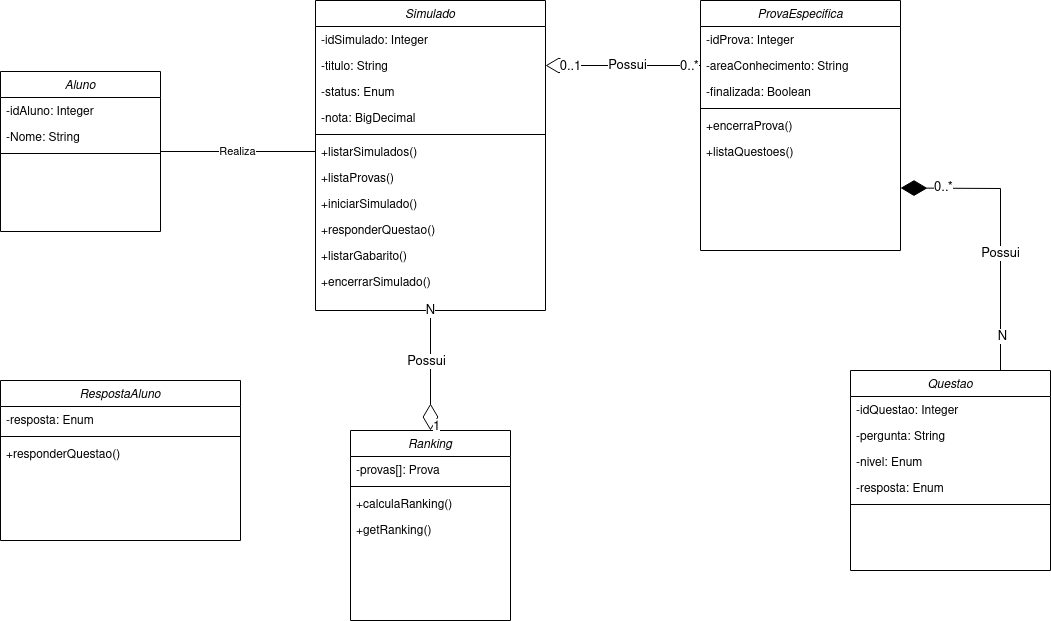
lucastavares10/desafio-sas-simulados keeps this draw.io diagram as docs/images/DesafioClasse.drawio.png. Above is the earlier version. Source tidied: cells renumbered, new cells last; positions are measured from the earlier drawing's top-left corner, leaving out a move shared by most shapes.
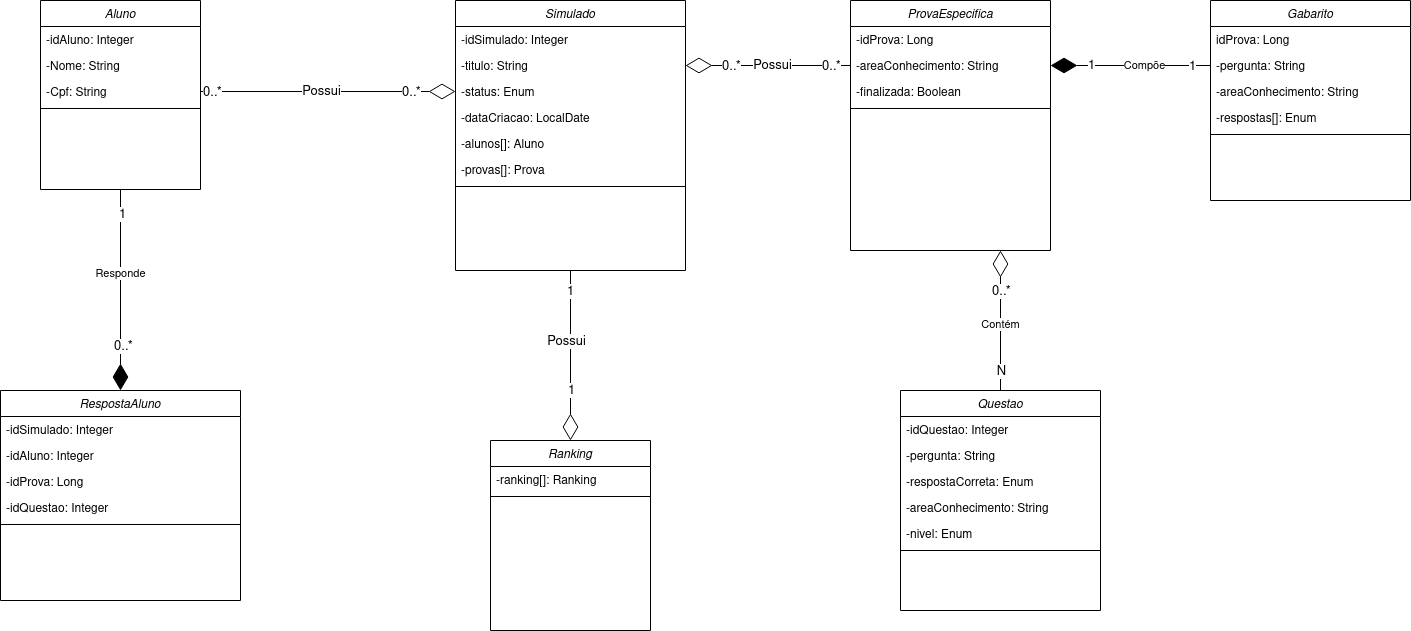
After the commit.

Commit message:
fix: Correção diagramas UML

Change to the diagram source:
```diff
@@ -3,7 +3,7 @@
     <mxCell id="0" />
     <mxCell id="1" parent="0" />
     <mxCell id="2" value="Simulado" style="swimlane;fontStyle=2;align=center;verticalAlign=top;horizontal=1;startSize=26;rounded=0;shadow=0;strokeWidth=1;" parent="1" vertex="1">
-      <mxGeometry x="315" width="230" height="310" as="geometry" />
+      <mxGeometry x="545" width="230" height="270" as="geometry" />
     </mxCell>
     <mxCell id="3" value="-idSimulado: Integer" style="text;align=left;verticalAlign=top;spacingLeft=4;spacingRight=4;overflow=hidden;" parent="2" vertex="1">
       <mxGeometry y="26" width="230" height="26" as="geometry" />
@@ -14,34 +14,22 @@
     <mxCell id="5" value="-status: Enum " style="text;align=left;verticalAlign=top;spacingLeft=4;spacingRight=4;overflow=hidden;points=[[0,0.5],[1,0.5]];portConstraint=eastwest;" parent="2" vertex="1">
       <mxGeometry y="78" width="230" height="26" as="geometry" />
     </mxCell>
-    <mxCell id="6" value="-nota: BigDecimal" style="text;align=left;verticalAlign=top;spacingLeft=4;spacingRight=4;overflow=hidden;" parent="2" vertex="1">
+    <mxCell id="6" value="-dataCriacao: LocalDate" style="text;align=left;verticalAlign=top;spacingLeft=4;spacingRight=4;overflow=hidden;" parent="2" vertex="1">
       <mxGeometry y="104" width="230" height="26" as="geometry" />
     </mxCell>
+    <mxCell id="51" value="-alunos[]: Aluno" style="text;align=left;verticalAlign=top;spacingLeft=4;spacingRight=4;overflow=hidden;" parent="2" vertex="1">
+      <mxGeometry y="130" width="230" height="26" as="geometry" />
+    </mxCell>
+    <mxCell id="52" value="-provas[]: Prova" style="text;align=left;verticalAlign=top;spacingLeft=4;spacingRight=4;overflow=hidden;" parent="2" vertex="1">
+      <mxGeometry y="156" width="230" height="26" as="geometry" />
+    </mxCell>
     <mxCell id="7" style="line;html=1;strokeWidth=1;align=left;verticalAlign=middle;spacingTop=-1;spacingLeft=3;spacingRight=3;labelPosition=right;" parent="2" vertex="1">
-      <mxGeometry y="130" width="230" height="8" as="geometry" />
+      <mxGeometry y="182" width="230" height="8" as="geometry" />
     </mxCell>
-    <mxCell id="8" value="+listarSimulados()" style="text;align=left;verticalAlign=top;spacingLeft=4;spacingRight=4;overflow=hidden;points=[[0,0.5],[1,0.5]];portConstraint=eastwest;rounded=0;shadow=0;html=0;" parent="2" vertex="1">
-      <mxGeometry y="138" width="230" height="26" as="geometry" />
-    </mxCell>
-    <mxCell id="9" value="+listaProvas()" style="text;align=left;verticalAlign=top;spacingLeft=4;spacingRight=4;overflow=hidden;rounded=0;shadow=0;html=0;" parent="2" vertex="1">
-      <mxGeometry y="164" width="230" height="26" as="geometry" />
-    </mxCell>
-    <mxCell id="10" value="+iniciarSimulado()" style="text;align=left;verticalAlign=top;spacingLeft=4;spacingRight=4;overflow=hidden;rounded=0;shadow=0;html=0;" parent="2" vertex="1">
-      <mxGeometry y="190" width="230" height="26" as="geometry" />
-    </mxCell>
-    <mxCell id="11" value="+responderQuestao()" style="text;align=left;verticalAlign=top;spacingLeft=4;spacingRight=4;overflow=hidden;rounded=0;shadow=0;html=0;" parent="2" vertex="1">
-      <mxGeometry y="216" width="230" height="26" as="geometry" />
-    </mxCell>
-    <mxCell id="12" value="+listarGabarito()" style="text;align=left;verticalAlign=top;spacingLeft=4;spacingRight=4;overflow=hidden;rounded=0;shadow=0;html=0;" parent="2" vertex="1">
-      <mxGeometry y="242" width="230" height="26" as="geometry" />
-    </mxCell>
-    <mxCell id="13" value="+encerrarSimulado()" style="text;align=left;verticalAlign=top;spacingLeft=4;spacingRight=4;overflow=hidden;rounded=0;shadow=0;html=0;" parent="2" vertex="1">
-      <mxGeometry y="268" width="230" height="26" as="geometry" />
-    </mxCell>
     <mxCell id="14" value="ProvaEspecifica" style="swimlane;fontStyle=2;align=center;verticalAlign=top;horizontal=1;startSize=26;rounded=0;shadow=0;strokeWidth=1;" parent="1" vertex="1">
-      <mxGeometry x="700" width="200" height="250" as="geometry" />
+      <mxGeometry x="940" width="200" height="250" as="geometry" />
     </mxCell>
-    <mxCell id="15" value="-idProva: Integer" style="text;align=left;verticalAlign=top;spacingLeft=4;spacingRight=4;overflow=hidden;" parent="14" vertex="1">
+    <mxCell id="15" value="-idProva: Long" style="text;align=left;verticalAlign=top;spacingLeft=4;spacingRight=4;overflow=hidden;" parent="14" vertex="1">
       <mxGeometry y="26" width="200" height="26" as="geometry" />
     </mxCell>
     <mxCell id="16" value="-areaConhecimento: String" style="text;align=left;verticalAlign=top;spacingLeft=4;spacingRight=4;overflow=hidden;points=[[0,0.5],[1,0.5]];portConstraint=eastwest;" parent="14" vertex="1">
@@ -53,14 +41,8 @@
     <mxCell id="18" style="line;html=1;strokeWidth=1;align=left;verticalAlign=middle;spacingTop=-1;spacingLeft=3;spacingRight=3;labelPosition=right;" parent="14" vertex="1">
       <mxGeometry y="104" width="200" height="8" as="geometry" />
     </mxCell>
-    <mxCell id="19" value="+encerraProva()" style="text;align=left;verticalAlign=top;spacingLeft=4;spacingRight=4;overflow=hidden;rounded=0;shadow=0;html=0;" parent="14" vertex="1">
-      <mxGeometry y="112" width="200" height="26" as="geometry" />
-    </mxCell>
-    <mxCell id="20" value="+listaQuestoes()" style="text;align=left;verticalAlign=top;spacingLeft=4;spacingRight=4;overflow=hidden;rounded=0;shadow=0;html=0;" parent="14" vertex="1">
-      <mxGeometry y="138" width="200" height="26" as="geometry" />
-    </mxCell>
     <mxCell id="21" value="Questao " style="swimlane;fontStyle=2;align=center;verticalAlign=top;horizontal=1;startSize=26;rounded=0;shadow=0;strokeWidth=1;" parent="1" vertex="1">
-      <mxGeometry x="850" y="370" width="200" height="200" as="geometry" />
+      <mxGeometry x="990" y="390" width="200" height="220" as="geometry" />
     </mxCell>
     <mxCell id="22" value="-idQuestao: Integer" style="text;align=left;verticalAlign=top;spacingLeft=4;spacingRight=4;overflow=hidden;" parent="21" vertex="1">
       <mxGeometry y="26" width="200" height="26" as="geometry" />
@@ -68,32 +50,29 @@
     <mxCell id="23" value="-pergunta: String" style="text;align=left;verticalAlign=top;spacingLeft=4;spacingRight=4;overflow=hidden;" parent="21" vertex="1">
       <mxGeometry y="52" width="200" height="26" as="geometry" />
     </mxCell>
+    <mxCell id="25" value="-respostaCorreta: Enum" style="text;align=left;verticalAlign=top;spacingLeft=4;spacingRight=4;overflow=hidden;" parent="21" vertex="1">
+      <mxGeometry y="78" width="200" height="26" as="geometry" />
+    </mxCell>
+    <mxCell id="53" value="-areaConhecimento: String" style="text;align=left;verticalAlign=top;spacingLeft=4;spacingRight=4;overflow=hidden;" parent="21" vertex="1">
+      <mxGeometry y="104" width="200" height="26" as="geometry" />
+    </mxCell>
     <mxCell id="24" value="-nivel: Enum" style="text;align=left;verticalAlign=top;spacingLeft=4;spacingRight=4;overflow=hidden;" parent="21" vertex="1">
-      <mxGeometry y="78" width="200" height="26" as="geometry" />
+      <mxGeometry y="130" width="200" height="26" as="geometry" />
     </mxCell>
-    <mxCell id="25" value="-resposta: Enum" style="text;align=left;verticalAlign=top;spacingLeft=4;spacingRight=4;overflow=hidden;" parent="21" vertex="1">
-      <mxGeometry y="104" width="200" height="26" as="geometry" />
-    </mxCell>
     <mxCell id="26" style="line;html=1;strokeWidth=1;align=left;verticalAlign=middle;spacingTop=-1;spacingLeft=3;spacingRight=3;labelPosition=right;" parent="21" vertex="1">
-      <mxGeometry y="130" width="200" height="8" as="geometry" />
+      <mxGeometry y="156" width="200" height="8" as="geometry" />
     </mxCell>
     <mxCell id="27" value="Ranking" style="swimlane;fontStyle=2;align=center;verticalAlign=top;horizontal=1;startSize=26;rounded=0;shadow=0;strokeWidth=1;" parent="1" vertex="1">
-      <mxGeometry x="350" y="430" width="160" height="190" as="geometry" />
+      <mxGeometry x="580" y="440" width="160" height="190" as="geometry" />
     </mxCell>
-    <mxCell id="28" value="-provas[]: Prova&#10;" style="text;align=left;verticalAlign=top;spacingLeft=4;spacingRight=4;overflow=hidden;" parent="27" vertex="1">
+    <mxCell id="28" value="-ranking[]: Ranking" style="text;align=left;verticalAlign=top;spacingLeft=4;spacingRight=4;overflow=hidden;" parent="27" vertex="1">
       <mxGeometry y="26" width="160" height="26" as="geometry" />
     </mxCell>
     <mxCell id="29" style="line;html=1;strokeWidth=1;align=left;verticalAlign=middle;spacingTop=-1;spacingLeft=3;spacingRight=3;labelPosition=right;" parent="27" vertex="1">
       <mxGeometry y="52" width="160" height="8" as="geometry" />
     </mxCell>
-    <mxCell id="30" value="+calculaRanking()" style="text;align=left;verticalAlign=top;spacingLeft=4;spacingRight=4;overflow=hidden;rounded=0;shadow=0;html=0;" parent="27" vertex="1">
-      <mxGeometry y="60" width="160" height="26" as="geometry" />
-    </mxCell>
-    <mxCell id="31" value="+getRanking()" style="text;align=left;verticalAlign=top;spacingLeft=4;spacingRight=4;overflow=hidden;rounded=0;shadow=0;html=0;" parent="27" vertex="1">
-      <mxGeometry y="86" width="160" height="26" as="geometry" />
-    </mxCell>
     <mxCell id="32" value="Aluno" style="swimlane;fontStyle=2;align=center;verticalAlign=top;horizontal=1;startSize=26;rounded=0;shadow=0;strokeWidth=1;" parent="1" vertex="1">
-      <mxGeometry y="71" width="160" height="160" as="geometry" />
+      <mxGeometry x="130" width="160" height="189" as="geometry" />
     </mxCell>
     <mxCell id="33" value="-idAluno: Integer" style="text;align=left;verticalAlign=top;spacingLeft=4;spacingRight=4;overflow=hidden;" parent="32" vertex="1">
       <mxGeometry y="26" width="160" height="26" as="geometry" />
@@ -101,32 +80,36 @@
     <mxCell id="34" value="-Nome: String&#10;" style="text;align=left;verticalAlign=top;spacingLeft=4;spacingRight=4;overflow=hidden;rounded=0;shadow=0;html=0;" parent="32" vertex="1">
       <mxGeometry y="52" width="160" height="26" as="geometry" />
     </mxCell>
+    <mxCell id="54" value="-Cpf: String&#10;" style="text;align=left;verticalAlign=top;spacingLeft=4;spacingRight=4;overflow=hidden;points=[[0,0.5],[1,0.5]];portConstraint=eastwest;rounded=0;shadow=0;html=0;" parent="32" vertex="1">
+      <mxGeometry y="78" width="160" height="26" as="geometry" />
+    </mxCell>
     <mxCell id="35" style="line;html=1;strokeWidth=1;align=left;verticalAlign=middle;spacingTop=-1;spacingLeft=3;spacingRight=3;labelPosition=right;" parent="32" vertex="1">
-      <mxGeometry y="78" width="160" height="8" as="geometry" />
+      <mxGeometry y="104" width="160" height="8" as="geometry" />
     </mxCell>
     <mxCell id="36" value="&lt;font style=&quot;font-size: 13px&quot;&gt;Possui&lt;/font&gt;" style="endArrow=diamondThin;endFill=0;endSize=24;html=1;rounded=0;exitX=0;exitY=0.5;exitDx=0;exitDy=0;entryX=1;entryY=0.5;entryDx=0;entryDy=0;" parent="1" edge="1" source="16" target="4">
       <mxGeometry x="-0.05" relative="1" as="geometry" />
     </mxCell>
     <mxCell id="37" value="0..*" style="edgeLabel;html=1;align=center;verticalAlign=middle;fontSize=13;" parent="36" vertex="1">
-      <mxGeometry x="-0.85" relative="1" as="geometry" />
+      <mxGeometry x="-0.85" relative="1" as="geometry">
+        <mxPoint x="-7" as="offset" />
+      </mxGeometry>
     </mxCell>
-    <mxCell id="38" value="0..1" style="edgeLabel;html=1;align=center;verticalAlign=middle;fontSize=13;" parent="36" vertex="1">
-      <mxGeometry x="0.69" relative="1" as="geometry" />
+    <mxCell id="38" value="0..*" style="edgeLabel;html=1;align=center;verticalAlign=middle;fontSize=13;" parent="36" vertex="1">
+      <mxGeometry x="0.69" relative="1" as="geometry">
+        <mxPoint x="20" as="offset" />
+      </mxGeometry>
     </mxCell>
-    <mxCell id="39" value="Realiza" style="endArrow=none;html=1;rounded=0;exitX=0;exitY=0.5;exitDx=0;exitDy=0;entryX=1;entryY=0.5;entryDx=0;entryDy=0;" parent="1" edge="1" source="8" target="32">
-      <mxGeometry relative="1" as="geometry" />
-    </mxCell>
     <mxCell id="40" style="endArrow=diamondThin;endFill=0;endSize=24;html=1;rounded=0;exitX=0.5;exitY=1;exitDx=0;exitDy=0;entryX=0.5;entryY=0;entryDx=0;entryDy=0;" parent="1" edge="1" source="2" target="27">
       <mxGeometry relative="1" as="geometry" />
     </mxCell>
-    <mxCell id="41" value="N" style="edgeLabel;html=1;align=center;verticalAlign=middle;fontSize=13;" parent="40" vertex="1">
+    <mxCell id="41" value="1" style="edgeLabel;html=1;align=center;verticalAlign=middle;fontSize=13;" parent="40" vertex="1">
       <mxGeometry x="-0.73" y="-1" relative="1" as="geometry">
-        <mxPoint y="-17" as="offset" />
+        <mxPoint y="-2" as="offset" />
       </mxGeometry>
     </mxCell>
     <mxCell id="42" value="1" style="edgeLabel;html=1;align=center;verticalAlign=middle;fontSize=13;" parent="40" vertex="1">
       <mxGeometry x="0.54" y="-2" relative="1" as="geometry">
-        <mxPoint x="7" y="23" as="offset" />
+        <mxPoint x="2" y="-11" as="offset" />
       </mxGeometry>
     </mxCell>
     <mxCell id="43" value="Possui" style="edgeLabel;html=1;align=center;verticalAlign=middle;fontSize=13;" parent="40" vertex="1">
@@ -134,34 +117,93 @@
         <mxPoint x="-6" as="offset" />
       </mxGeometry>
     </mxCell>
+    <mxCell id="47" value="RespostaAluno" style="swimlane;fontStyle=2;align=center;verticalAlign=top;horizontal=1;startSize=26;rounded=0;shadow=0;strokeWidth=1;" parent="1" vertex="1">
+      <mxGeometry x="90" y="390" width="240" height="210" as="geometry" />
+    </mxCell>
+    <mxCell id="55" value="-idSimulado: Integer" style="text;align=left;verticalAlign=top;spacingLeft=4;spacingRight=4;overflow=hidden;" parent="47" vertex="1">
+      <mxGeometry y="26" width="240" height="26" as="geometry" />
+    </mxCell>
+    <mxCell id="48" value="-idAluno: Integer" style="text;align=left;verticalAlign=top;spacingLeft=4;spacingRight=4;overflow=hidden;" parent="47" vertex="1">
+      <mxGeometry y="52" width="240" height="26" as="geometry" />
+    </mxCell>
+    <mxCell id="56" value="-idProva: Long" style="text;align=left;verticalAlign=top;spacingLeft=4;spacingRight=4;overflow=hidden;" parent="47" vertex="1">
+      <mxGeometry y="78" width="240" height="26" as="geometry" />
+    </mxCell>
+    <mxCell id="57" value="-idQuestao: Integer" style="text;align=left;verticalAlign=top;spacingLeft=4;spacingRight=4;overflow=hidden;" parent="47" vertex="1">
+      <mxGeometry y="104" width="240" height="26" as="geometry" />
+    </mxCell>
+    <mxCell id="49" style="line;html=1;strokeWidth=1;align=left;verticalAlign=middle;spacingTop=-1;spacingLeft=3;spacingRight=3;labelPosition=right;" parent="47" vertex="1">
+      <mxGeometry y="130" width="240" height="8" as="geometry" />
+    </mxCell>
+    <mxCell id="58" value="Gabarito" style="swimlane;fontStyle=2;align=center;verticalAlign=top;horizontal=1;startSize=26;rounded=0;shadow=0;strokeWidth=1;" parent="1" vertex="1">
+      <mxGeometry x="1300" width="200" height="200" as="geometry" />
+    </mxCell>
+    <mxCell id="59" value="idProva: Long" style="text;align=left;verticalAlign=top;spacingLeft=4;spacingRight=4;overflow=hidden;" parent="58" vertex="1">
+      <mxGeometry y="26" width="200" height="26" as="geometry" />
+    </mxCell>
+    <mxCell id="60" value="-pergunta: String" style="text;align=left;verticalAlign=top;spacingLeft=4;spacingRight=4;overflow=hidden;points=[[0,0.5],[1,0.5]];portConstraint=eastwest;" parent="58" vertex="1">
+      <mxGeometry y="52" width="200" height="26" as="geometry" />
+    </mxCell>
+    <mxCell id="61" value="-areaConhecimento: String" style="text;align=left;verticalAlign=top;spacingLeft=4;spacingRight=4;overflow=hidden;" parent="58" vertex="1">
+      <mxGeometry y="78" width="200" height="26" as="geometry" />
+    </mxCell>
+    <mxCell id="62" value="-respostas[]: Enum" style="text;align=left;verticalAlign=top;spacingLeft=4;spacingRight=4;overflow=hidden;" parent="58" vertex="1">
+      <mxGeometry y="104" width="200" height="26" as="geometry" />
+    </mxCell>
+    <mxCell id="63" style="line;html=1;strokeWidth=1;align=left;verticalAlign=middle;spacingTop=-1;spacingLeft=3;spacingRight=3;labelPosition=right;" parent="58" vertex="1">
+      <mxGeometry y="130" width="200" height="8" as="geometry" />
+    </mxCell>
+    <mxCell id="64" value="Compõe" style="endArrow=diamondThin;endFill=1;endSize=24;html=1;rounded=0;exitX=0;exitY=0.5;exitDx=0;exitDy=0;entryX=1;entryY=0.5;entryDx=0;entryDy=0;" parent="1" edge="1" source="60" target="16">
+      <mxGeometry x="-0.17" relative="1" as="geometry" />
+    </mxCell>
+    <mxCell id="65" value="1" style="edgeLabel;html=1;align=center;verticalAlign=middle;fontSize=13;" parent="64" vertex="1">
+      <mxGeometry x="-0.75" relative="1" as="geometry">
+        <mxPoint x="1" as="offset" />
+      </mxGeometry>
+    </mxCell>
+    <mxCell id="66" value="1" style="edgeLabel;html=1;align=center;verticalAlign=middle;fontSize=13;" parent="64" vertex="1">
+      <mxGeometry x="0.55" y="-2" relative="1" as="geometry">
+        <mxPoint x="4" y="1" as="offset" />
+      </mxGeometry>
+    </mxCell>
+    <mxCell id="67" value="Responde" style="endArrow=diamondThin;endFill=1;endSize=24;html=1;rounded=0;exitX=0.5;exitY=1;exitDx=0;exitDy=0;entryX=0.5;entryY=0;entryDx=0;entryDy=0;" parent="1" edge="1" source="32" target="47">
+      <mxGeometry x="-0.17" relative="1" as="geometry" />
+    </mxCell>
+    <mxCell id="68" value="1" style="edgeLabel;html=1;align=center;verticalAlign=middle;fontSize=13;" parent="67" vertex="1">
+      <mxGeometry x="-0.75" relative="1" as="geometry">
+        <mxPoint x="1" as="offset" />
+      </mxGeometry>
+    </mxCell>
+    <mxCell id="69" value="0..*" style="edgeLabel;html=1;align=center;verticalAlign=middle;fontSize=13;" parent="67" vertex="1">
+      <mxGeometry x="0.55" y="-2" relative="1" as="geometry">
+        <mxPoint x="4" y="1" as="offset" />
+      </mxGeometry>
+    </mxCell>
+    <mxCell id="70" value="Contém" style="endArrow=diamondThin;endFill=0;endSize=24;html=1;rounded=0;exitX=0.5;exitY=0;exitDx=0;exitDy=0;entryX=0.75;entryY=1;entryDx=0;entryDy=0;" parent="1" edge="1" source="21" target="14">
+      <mxGeometry x="-0.05" relative="1" as="geometry" />
+    </mxCell>
+    <mxCell id="45" value="N" style="edgeLabel;html=1;align=center;verticalAlign=middle;fontSize=13;" parent="70" vertex="1">
+      <mxGeometry x="-0.85" relative="1" as="geometry">
+        <mxPoint y="-9" as="offset" />
+      </mxGeometry>
+    </mxCell>
+    <mxCell id="71" value="0..*" style="edgeLabel;html=1;align=center;verticalAlign=middle;fontSize=13;" parent="70" vertex="1">
+      <mxGeometry x="0.69" relative="1" as="geometry">
+        <mxPoint y="19" as="offset" />
+      </mxGeometry>
+    </mxCell>
-    <mxCell id="44" value="&lt;font style=&quot;font-size: 13px&quot;&gt;Possui&lt;/font&gt;" style="endArrow=diamondThin;endFill=1;endSize=24;html=1;rounded=0;exitX=0.75;exitY=0;exitDx=0;exitDy=0;entryX=1;entryY=0.75;entryDx=0;entryDy=0;" parent="1" edge="1" source="21" target="14">
-      <mxGeometry x="-0.17" relative="1" as="geometry">
-        <Array as="points">
-          <mxPoint x="1000" y="188" />
-        </Array>
-      </mxGeometry>
+    <mxCell id="44" value="&lt;font style=&quot;font-size: 13px&quot;&gt;Possui&lt;/font&gt;" style="endArrow=diamondThin;endFill=0;endSize=24;html=1;rounded=0;exitX=1;exitY=0.5;exitDx=0;exitDy=0;entryX=0;entryY=0.5;entryDx=0;entryDy=0;" parent="1" edge="1" source="54" target="5">
+      <mxGeometry x="-0.05" relative="1" as="geometry" />
     </mxCell>
-    <mxCell id="45" value="N" style="edgeLabel;html=1;align=center;verticalAlign=middle;fontSize=13;" parent="44" vertex="1">
-      <mxGeometry x="-0.75" relative="1" as="geometry">
-        <mxPoint x="1" as="offset" />
-      </mxGeometry>
-    </mxCell>
-    <mxCell id="46" value="0..*" style="edgeLabel;html=1;align=center;verticalAlign=middle;fontSize=13;" parent="44" vertex="1">
-      <mxGeometry x="0.55" y="-2" relative="1" as="geometry">
-        <mxPoint x="-22" y="1" as="offset" />
-      </mxGeometry>
-    </mxCell>
-    <mxCell id="47" value="RespostaAluno" style="swimlane;fontStyle=2;align=center;verticalAlign=top;horizontal=1;startSize=26;rounded=0;shadow=0;strokeWidth=1;" parent="1" vertex="1">
-      <mxGeometry y="380" width="240" height="160" as="geometry" />
-    </mxCell>
-    <mxCell id="48" value="-resposta: Enum" style="text;align=left;verticalAlign=top;spacingLeft=4;spacingRight=4;overflow=hidden;" parent="47" vertex="1">
-      <mxGeometry y="26" width="240" height="26" as="geometry" />
-    </mxCell>
-    <mxCell id="49" style="line;html=1;strokeWidth=1;align=left;verticalAlign=middle;spacingTop=-1;spacingLeft=3;spacingRight=3;labelPosition=right;" parent="47" vertex="1">
-      <mxGeometry y="52" width="240" height="8" as="geometry" />
-    </mxCell>
-    <mxCell id="50" value="+responderQuestao()" style="text;align=left;verticalAlign=top;spacingLeft=4;spacingRight=4;overflow=hidden;rounded=0;shadow=0;html=0;" parent="47" vertex="1">
-      <mxGeometry y="60" width="240" height="26" as="geometry" />
-    </mxCell>
+    <mxCell id="72" value="0..*" style="edgeLabel;html=1;align=center;verticalAlign=middle;fontSize=13;" parent="44" vertex="1">
+      <mxGeometry x="-0.85" relative="1" as="geometry">
+        <mxPoint x="-7" as="offset" />
+      </mxGeometry>
+    </mxCell>
+    <mxCell id="73" value="0..*" style="edgeLabel;html=1;align=center;verticalAlign=middle;fontSize=13;" parent="44" vertex="1">
+      <mxGeometry x="0.69" relative="1" as="geometry">
+        <mxPoint x="-5" as="offset" />
+      </mxGeometry>
+    </mxCell>
   </root>
 </mxGraphModel>
```
